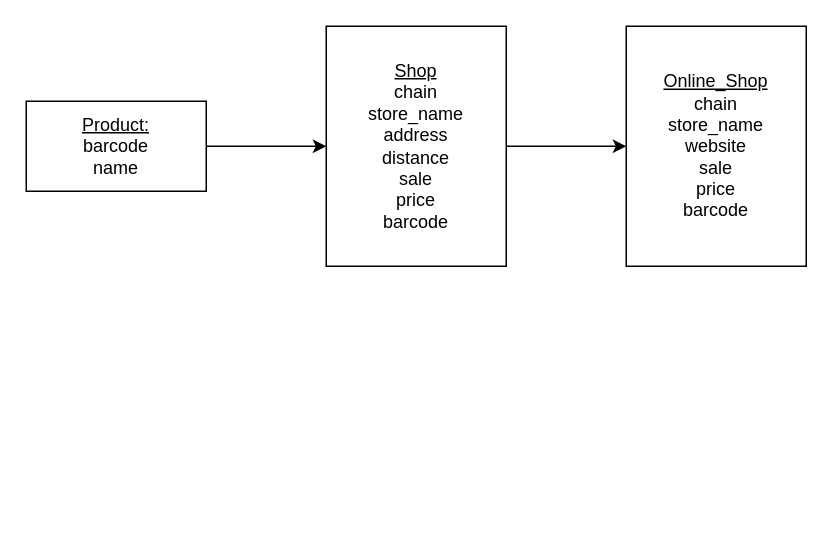
haviv1idan/Telegram_Bots keeps this draw.io diagram as New_Grocery_Bot/project.drawio. Above is the earlier version. Source tidied: cells renumbered, new cells numbered last; positions are measured from the earlier drawing's top-left corner, leaving out a move shared by most shapes. Both pictures are drawn from the tidied source at 150%, with x=0, y=0 at pixel (26, 26).
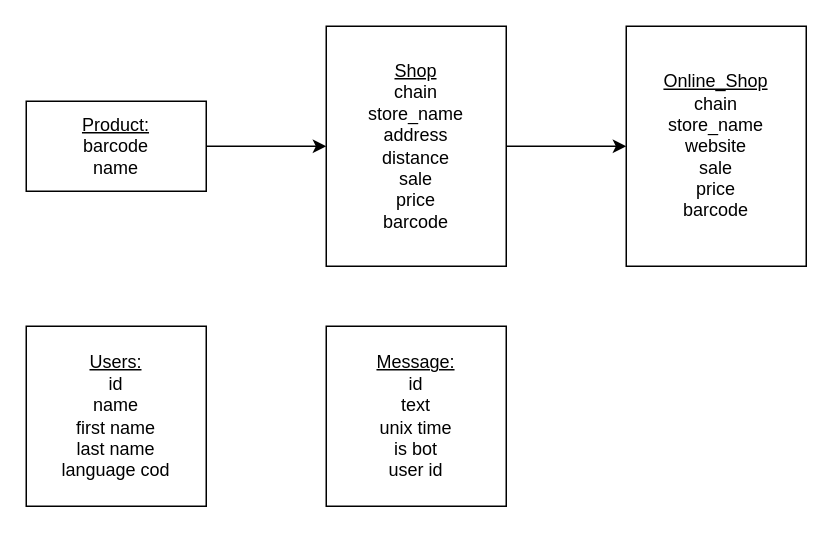
After the change.

The edit, as a diff of the source:
```diff
@@
 <mxGraphModel>
   <root>
     <mxCell id="0" />
     <mxCell id="1" parent="0" />
     <mxCell id="2" style="edgeStyle=none;html=1;" parent="1" edge="1" source="3" target="5">
       <mxGeometry relative="1" as="geometry" />
     </mxCell>
     <mxCell id="3" value="&lt;u&gt;Product:&lt;/u&gt;&lt;br&gt;barcode&lt;br&gt;name" style="whiteSpace=wrap;html=1;" parent="1" vertex="1">
       <mxGeometry y="50" width="120" height="60" as="geometry" />
     </mxCell>
     <mxCell id="4" style="edgeStyle=none;html=1;" parent="1" edge="1" source="5" target="6">
       <mxGeometry relative="1" as="geometry" />
     </mxCell>
     <mxCell id="5" value="&lt;u&gt;Shop&lt;/u&gt;&lt;br&gt;chain&lt;br&gt;store_name&lt;br&gt;address&lt;br&gt;distance&lt;br&gt;sale&lt;br&gt;price&lt;br&gt;barcode" style="whiteSpace=wrap;html=1;" parent="1" vertex="1">
       <mxGeometry x="200" width="120" height="160" as="geometry" />
     </mxCell>
     <mxCell id="6" value="&lt;u&gt;Online_Shop&lt;/u&gt;&lt;br&gt;chain&lt;br&gt;store_name&lt;br&gt;website&lt;br&gt;sale&lt;br&gt;price&lt;br&gt;barcode" style="whiteSpace=wrap;html=1;" parent="1" vertex="1">
       <mxGeometry x="400" width="120" height="160" as="geometry" />
     </mxCell>
+    <mxCell id="7" value="&lt;u&gt;Users:&lt;/u&gt;&lt;br&gt;id&lt;br&gt;name&lt;br&gt;first name&lt;br&gt;last name&lt;br&gt;language cod&lt;br&gt;" style="whiteSpace=wrap;html=1;" parent="1" vertex="1">
+      <mxGeometry y="200" width="120" height="120" as="geometry" />
+    </mxCell>
+    <mxCell id="8" value="&lt;u&gt;Message:&lt;/u&gt;&lt;br&gt;id&lt;br&gt;text&lt;br&gt;unix time&lt;br&gt;is bot&lt;br&gt;user id" style="whiteSpace=wrap;html=1;" parent="1" vertex="1">
+      <mxGeometry x="200" y="200" width="120" height="120" as="geometry" />
+    </mxCell>
   </root>
 </mxGraphModel>
```
